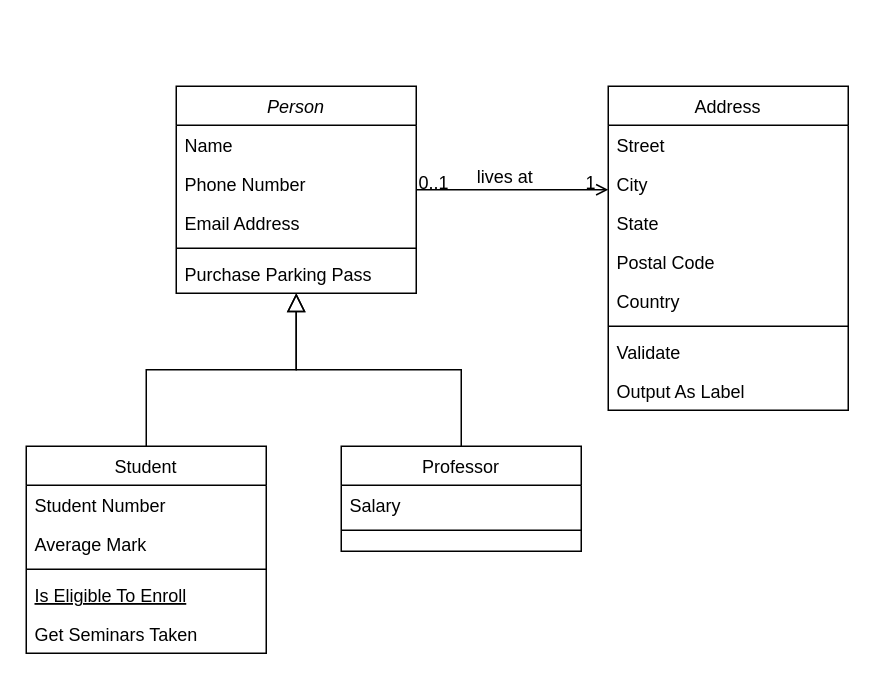
Above: drawio_files/1.drawio in frostaag/diagrams-v2 (draw.io), before the change. Source tidied: cells renumbered, new cells numbered last; positions are measured from the earlier drawing's top-left corner, leaving out a move shared by most shapes. Both pictures are drawn from the tidied source at 150%, with x=0, y=0 at pixel (26, 86).
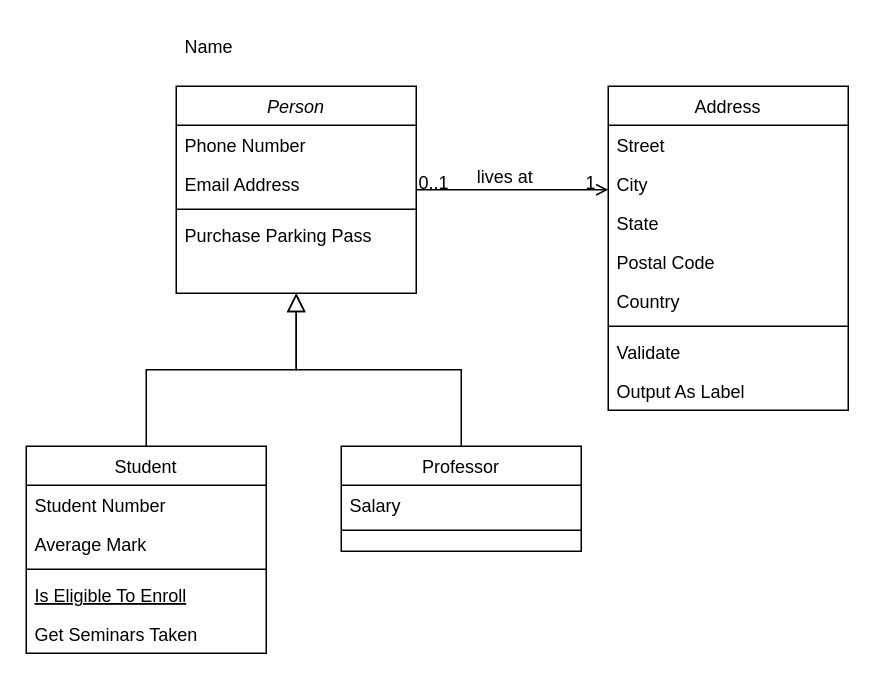
Above is the later version.

The change refers to these unchanged cells:
```xml
<mxCell id="2" value="Person" style="swimlane;fontStyle=2;align=center;verticalAlign=top;horizontal=1;startSize=26;rounded=0;shadow=0;strokeWidth=1;" parent="1" vertex="1">
  <mxGeometry x="100" width="160" height="138" as="geometry" />
</mxCell>
```

The edit, as a diff of the source:
```diff
@@
-    <mxCell id="3" value="Name" style="text;align=left;verticalAlign=top;spacingLeft=4;spacingRight=4;overflow=hidden;" parent="2" vertex="1">
-      <mxGeometry y="26" width="160" height="26" as="geometry" />
-    </mxCell>
     <mxCell id="4" value="Phone Number" style="text;align=left;verticalAlign=top;spacingLeft=4;spacingRight=4;overflow=hidden;rounded=0;shadow=0;html=0;" parent="2" vertex="1">
-      <mxGeometry y="52" width="160" height="26" as="geometry" />
+      <mxGeometry y="26" width="160" height="26" as="geometry" />
     </mxCell>
     <mxCell id="5" value="Email Address" style="text;align=left;verticalAlign=top;spacingLeft=4;spacingRight=4;overflow=hidden;rounded=0;shadow=0;html=0;" parent="2" vertex="1">
-      <mxGeometry y="78" width="160" height="26" as="geometry" />
+      <mxGeometry y="52" width="160" height="26" as="geometry" />
     </mxCell>
     <mxCell id="6" style="line;html=1;strokeWidth=1;align=left;verticalAlign=middle;spacingTop=-1;spacingLeft=3;spacingRight=3;labelPosition=right;" parent="2" vertex="1">
-      <mxGeometry y="104" width="160" height="8" as="geometry" />
+      <mxGeometry y="78" width="160" height="8" as="geometry" />
     </mxCell>
     <mxCell id="7" value="Purchase Parking Pass" style="text;align=left;verticalAlign=top;spacingLeft=4;spacingRight=4;overflow=hidden;" parent="2" vertex="1">
-      <mxGeometry y="112" width="160" height="26" as="geometry" />
+      <mxGeometry y="86" width="160" height="26" as="geometry" />
     </mxCell>
@@
+    <mxCell id="3" value="Name" style="text;align=left;verticalAlign=top;spacingLeft=4;spacingRight=4;overflow=hidden;" parent="1" vertex="1">
+      <mxGeometry x="100" y="-40" width="160" height="26" as="geometry" />
+    </mxCell>
```
